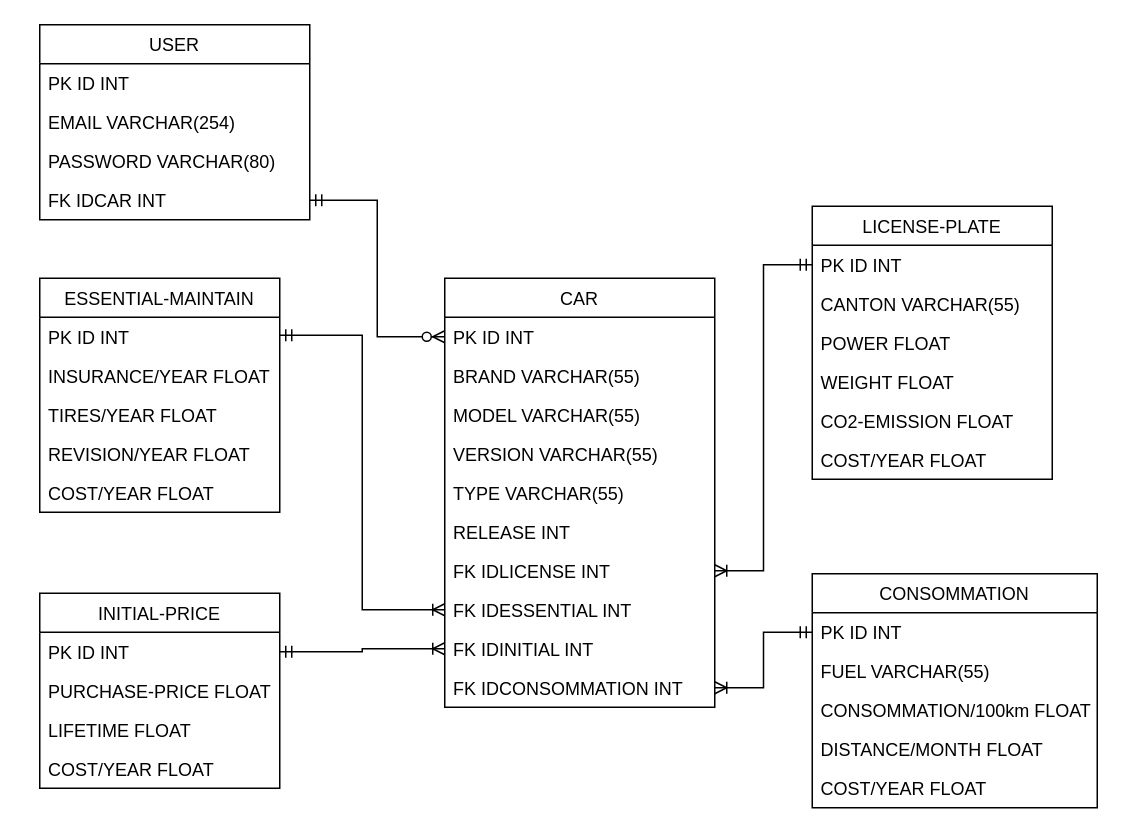
The draw.io diagram page "MLD" (2 of 2) of SQL/Modélisation BDD.drawio in ThomasCPNV/CcubeProject, before the edit. Source tidied: cells renumbered, new cells numbered last; positions are measured from the earlier drawing's top-left corner, leaving out a move shared by most shapes. Both pictures are drawn from the tidied source at 150%, with x=0, y=0 at pixel (39, 24).
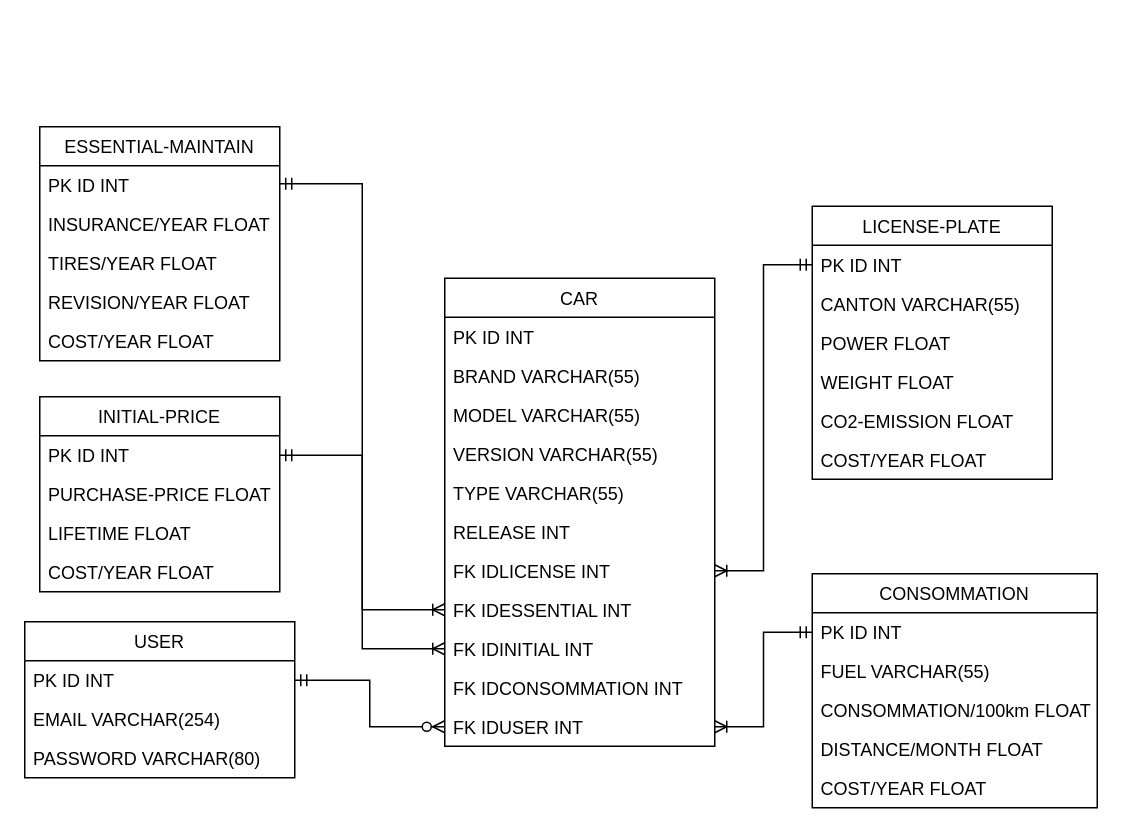
The same page after the edit.

Unchanged cells that the change refers to:
```xml
<mxCell id="3" value="PK ID INT" style="text;strokeColor=none;fillColor=none;align=left;verticalAlign=top;spacingLeft=4;spacingRight=4;overflow=hidden;points=[[0,0.5],[1,0.5]];portConstraint=eastwest;" parent="2" vertex="1">
  <mxGeometry y="26" width="180" height="26" as="geometry" />
</mxCell>
<mxCell id="42" value="PK ID INT" style="text;strokeColor=none;fillColor=none;align=left;verticalAlign=top;spacingLeft=4;spacingRight=4;overflow=hidden;points=[[0,0.5],[1,0.5]];portConstraint=eastwest;" parent="41" vertex="1">
  <mxGeometry y="26" width="180" height="26" as="geometry" />
</mxCell>
```

Diff of the diagram source:
```diff
@@
     <mxCell id="2" value="CAR" style="swimlane;fontStyle=0;horizontal=1;startSize=26;fillColor=none;" parent="1" vertex="1">
-      <mxGeometry x="270" y="169" width="180" height="286" as="geometry" />
+      <mxGeometry x="270" y="169" width="180" height="312" as="geometry" />
     </mxCell>
@@
+    <mxCell id="47" value="FK IDCONSOMMATION INT" style="text;strokeColor=none;fillColor=none;align=left;verticalAlign=top;spacingLeft=4;spacingRight=4;overflow=hidden;" parent="2" vertex="1">
+      <mxGeometry y="260" width="180" height="26" as="geometry" />
+    </mxCell>
-    <mxCell id="12" value="FK IDCONSOMMATION INT" style="text;strokeColor=none;fillColor=none;align=left;verticalAlign=top;spacingLeft=4;spacingRight=4;overflow=hidden;points=[[0,0.5],[1,0.5]];portConstraint=eastwest;" parent="2" vertex="1">
-      <mxGeometry y="260" width="180" height="26" as="geometry" />
+    <mxCell id="12" value="FK IDUSER INT" style="text;strokeColor=none;fillColor=none;align=left;verticalAlign=top;spacingLeft=4;spacingRight=4;overflow=hidden;points=[[0,0.5],[1,0.5]];portConstraint=eastwest;" parent="2" vertex="1">
+      <mxGeometry y="286" width="180" height="26" as="geometry" />
     </mxCell>
@@
     <mxCell id="20" value="ESSENTIAL-MAINTAIN" style="swimlane;fontStyle=0;horizontal=1;startSize=26;fillColor=none;" parent="1" vertex="1">
-      <mxGeometry y="169" width="160" height="156" as="geometry" />
+      <mxGeometry y="68" width="160" height="156" as="geometry" />
     </mxCell>
@@
     <mxCell id="26" value="INITIAL-PRICE" style="swimlane;fontStyle=0;horizontal=1;startSize=26;fillColor=none;" parent="1" vertex="1">
-      <mxGeometry y="379" width="160" height="130" as="geometry" />
+      <mxGeometry y="248" width="160" height="130" as="geometry" />
     </mxCell>
@@
     <mxCell id="41" value="USER" style="swimlane;fontStyle=0;horizontal=1;startSize=26;fillColor=none;" parent="1" vertex="1">
-      <mxGeometry width="180" height="130" as="geometry" />
+      <mxGeometry x="-10" y="398" width="180" height="104" as="geometry" />
     </mxCell>
@@
-    <mxCell id="45" value="FK IDCAR INT" style="text;strokeColor=none;fillColor=none;align=left;verticalAlign=top;spacingLeft=4;spacingRight=4;overflow=hidden;points=[[0,0.5],[1,0.5]];portConstraint=eastwest;" parent="41" vertex="1">
-      <mxGeometry y="104" width="180" height="26" as="geometry" />
-    </mxCell>
-    <mxCell id="46" style="edgeStyle=orthogonalEdgeStyle;rounded=0;jettySize=auto;html=1;exitX=1;exitY=0.5;exitDx=0;exitDy=0;startArrow=ERmandOne;startFill=0;endArrow=ERzeroToMany;endFill=1;entryX=0;entryY=0.5;entryDx=0;entryDy=0;" parent="1" edge="1" source="45" target="3">
+    <mxCell id="46" style="edgeStyle=orthogonalEdgeStyle;rounded=0;jettySize=auto;html=1;startArrow=ERmandOne;startFill=0;endArrow=ERzeroToMany;endFill=1;exitX=1;exitY=0.5;exitDx=0;exitDy=0;" parent="1" edge="1" source="42" target="12">
       <mxGeometry relative="1" as="geometry" />
     </mxCell>
```
